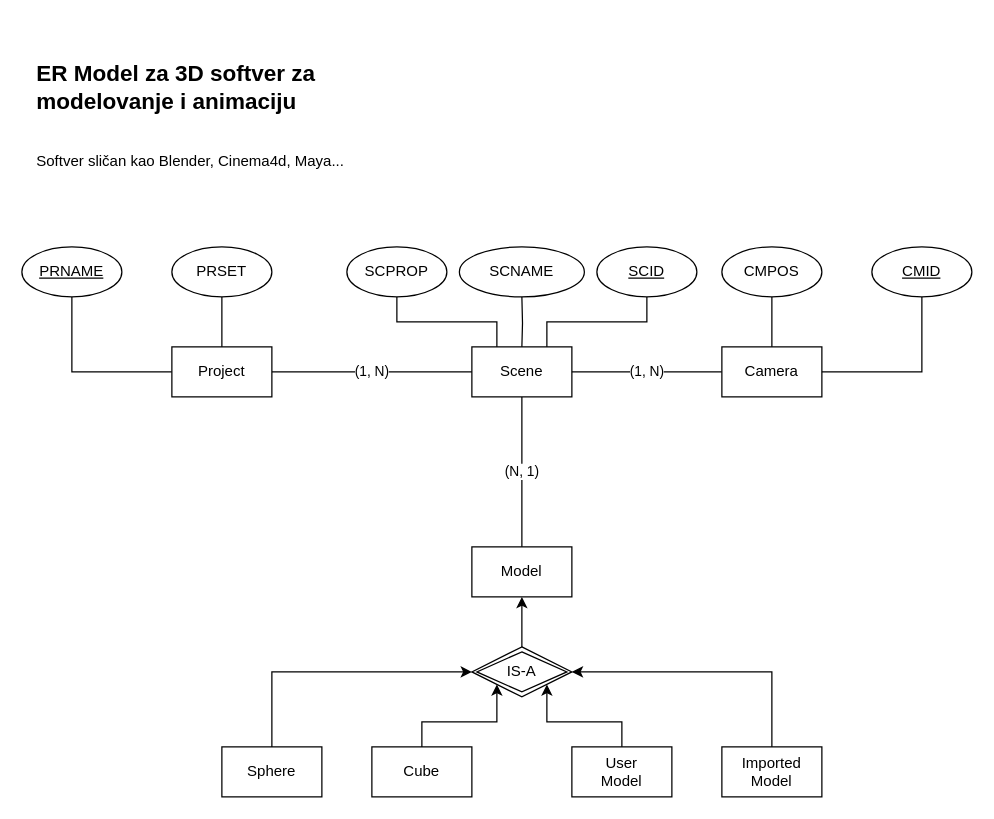
Before: 3d_Softw_ER_Model.drawio in Ikkjo/3d-modeling-db, a draw.io diagram. Source tidied: cells renumbered, new cells numbered last; positions are measured from the earlier drawing's top-left corner, leaving out a move shared by most shapes. Both pictures are drawn from the tidied source at 125%, with x=0, y=0 at pixel (21, 21).
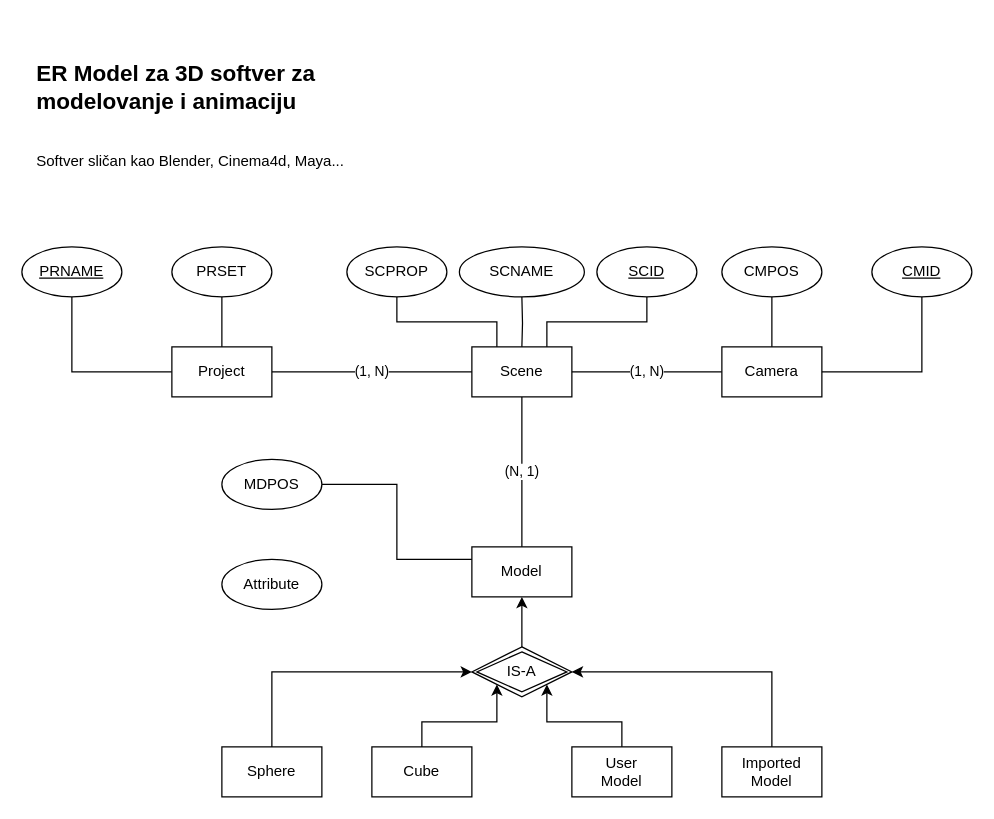
After the change.

The change refers to these unchanged cells:
```xml
<mxCell id="14" value="Model" style="whiteSpace=wrap;html=1;align=center;" parent="1" vertex="1">
  <mxGeometry x="360" y="420" width="80" height="40" as="geometry" />
</mxCell>
```

What changed in the source:
```diff
@@
+    <mxCell id="34" style="edgeStyle=orthogonalEdgeStyle;rounded=0;jettySize=auto;html=1;exitX=1;exitY=0.5;exitDx=0;exitDy=0;entryX=0;entryY=0.25;entryDx=0;entryDy=0;endArrow=none;endFill=0;" parent="1" edge="1" source="35" target="14">
+      <mxGeometry relative="1" as="geometry" />
+    </mxCell>
+    <mxCell id="35" value="&lt;div&gt;MDPOS&lt;/div&gt;" style="ellipse;whiteSpace=wrap;html=1;align=center;" parent="1" vertex="1">
+      <mxGeometry x="160" y="350" width="80" height="40" as="geometry" />
+    </mxCell>
+    <mxCell id="36" value="Attribute" style="ellipse;whiteSpace=wrap;html=1;align=center;" parent="1" vertex="1">
+      <mxGeometry x="160" y="430" width="80" height="40" as="geometry" />
+    </mxCell>
```
